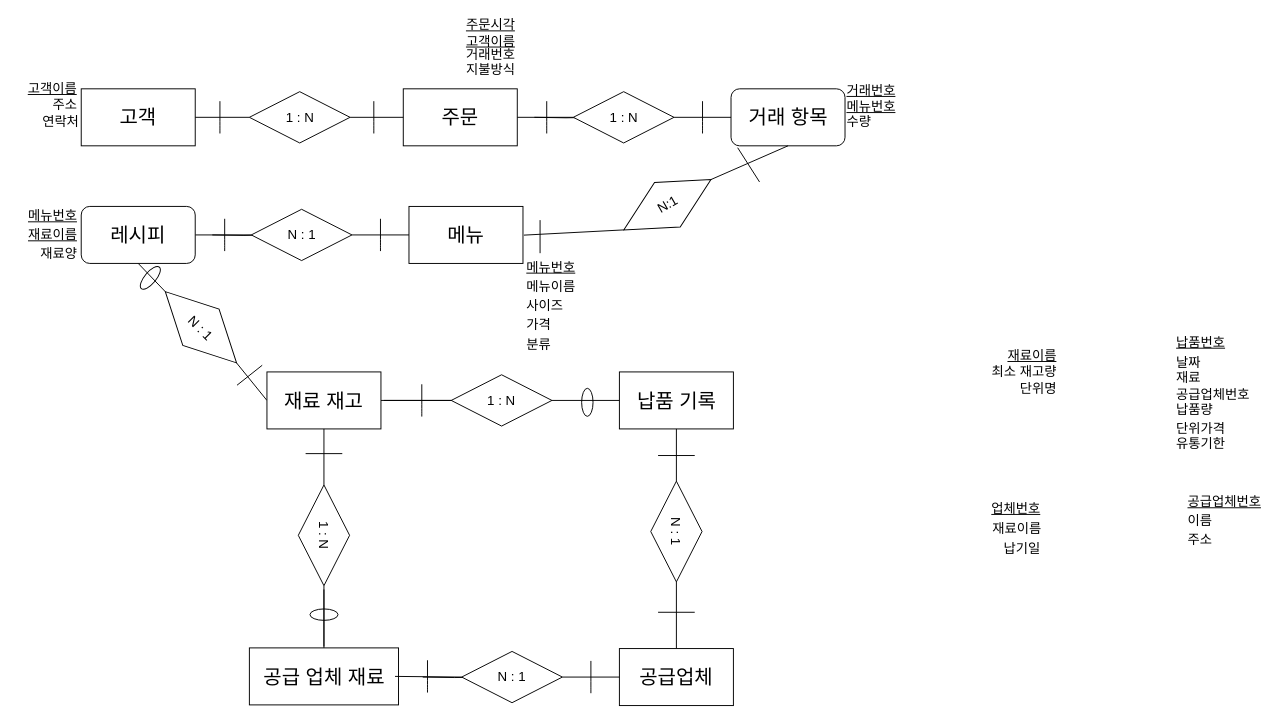
Earlier version of the draw.io diagram 데이터베이스 ER다이어그램.drawio (colaH16/diagrams). Source tidied: cells renumbered, new cells numbered last; positions are measured from the earlier drawing's top-left corner, leaving out a move shared by most shapes. Both pictures are drawn from the tidied source at 95%, with x=0, y=0 at pixel (16, 23).
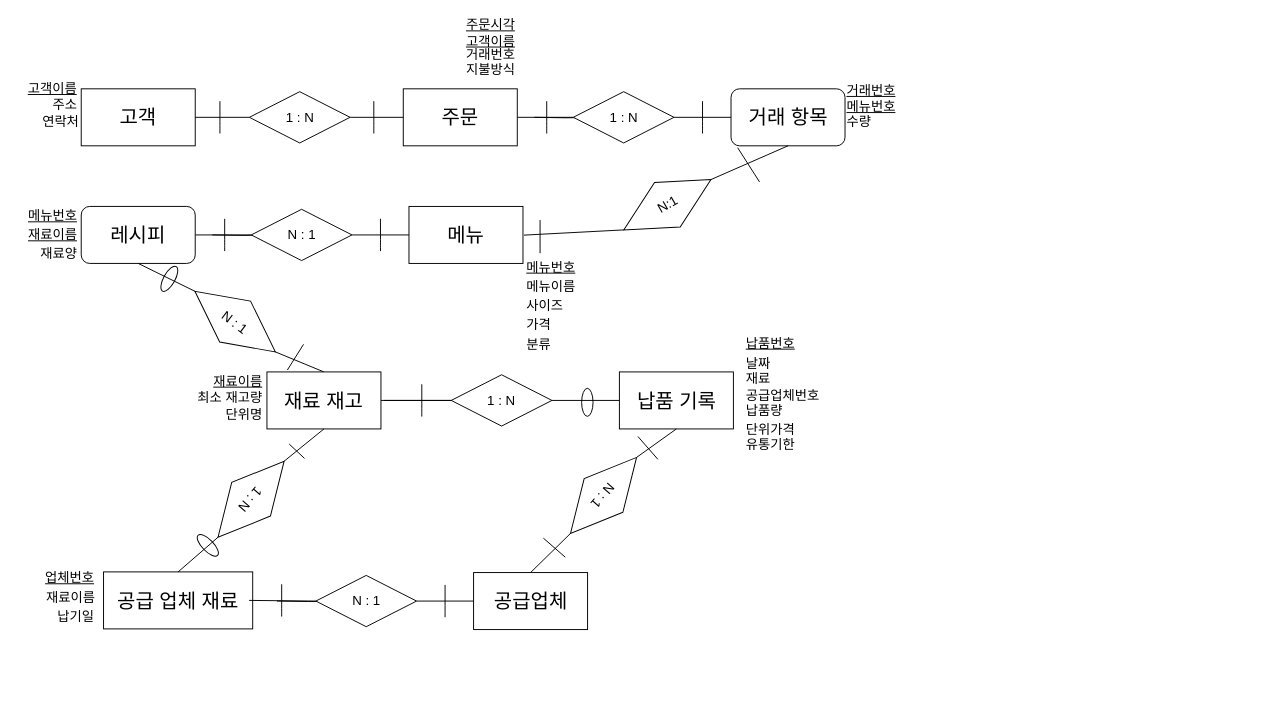
Above is the later version.

Commit message:
완성 데이터베이스 ER다이어그램.drawio

Unchanged cells that the change refers to:
```xml
<mxCell id="61" style="rounded=0;whiteSpace=wrap;html=1;" parent="1" vertex="1">
  <mxGeometry x="263.5" y="367" width="120" height="60" as="geometry" />
</mxCell>
```

Change to the diagram source:
```diff
@@
-    <mxCell id="54" style="rhombus;whiteSpace=wrap;html=1;align=right;rotation=45;" parent="1" vertex="1">
-      <mxGeometry x="141" y="293" width="106" height="54" as="geometry" />
+    <mxCell id="54" style="rhombus;whiteSpace=wrap;html=1;align=right;rotation=37;" parent="1" vertex="1">
+      <mxGeometry x="177" y="287" width="106" height="54" as="geometry" />
     </mxCell>
-    <mxCell id="55" value="&lt;span style=&quot;font-size: 14px&quot;&gt;N : 1&lt;/span&gt;" style="text;html=1;strokeColor=none;fillColor=none;align=center;verticalAlign=middle;whiteSpace=wrap;rounded=0;rotation=45;" parent="1" vertex="1">
-      <mxGeometry x="164.6" y="304.9" width="58.4" height="32.1" as="geometry" />
+    <mxCell id="55" value="&lt;span style=&quot;font-size: 14px&quot;&gt;N : 1&lt;/span&gt;" style="text;html=1;strokeColor=none;fillColor=none;align=center;verticalAlign=middle;whiteSpace=wrap;rounded=0;rotation=37;" parent="1" vertex="1">
+      <mxGeometry x="200.6" y="298.9" width="58.4" height="32.1" as="geometry" />
     </mxCell>
@@
-    <mxCell id="57" style="endArrow=none;html=1;entryX=1;entryY=0.5;entryDx=0;entryDy=0;exitX=0;exitY=0.5;exitDx=0;exitDy=0;" parent="1" edge="1" source="61" target="54">
+    <mxCell id="57" style="endArrow=none;html=1;entryX=1;entryY=0.5;entryDx=0;entryDy=0;exitX=0.5;exitY=0;exitDx=0;exitDy=0;" parent="1" edge="1" source="61" target="54">
       <mxGeometry relative="1" as="geometry" />
     </mxCell>
     <mxCell id="58" style="endArrow=none;html=1;" parent="1" edge="1">
       <mxGeometry relative="1" as="geometry">
-        <mxPoint x="232" y="381" as="sourcePoint" />
-        <mxPoint x="258.5" y="360" as="targetPoint" />
+        <mxPoint x="285" y="365" as="sourcePoint" />
+        <mxPoint x="302" y="338" as="targetPoint" />
       </mxGeometry>
     </mxCell>
-    <mxCell id="59" style="shape=mxgraph.bpmn.shape;html=1;verticalLabelPosition=bottom;labelBackgroundColor=#ffffff;verticalAlign=top;align=center;perimeter=ellipsePerimeter;outline=standard;symbol=general;fillColor=none;rotation=310;direction=west;" parent="1" vertex="1">
-      <mxGeometry x="126" y="262" width="29.5" height="12" as="geometry" />
+    <mxCell id="59" style="shape=mxgraph.bpmn.shape;html=1;verticalLabelPosition=bottom;labelBackgroundColor=#ffffff;verticalAlign=top;align=center;perimeter=ellipsePerimeter;outline=standard;symbol=general;fillColor=none;rotation=299;direction=west;" parent="1" vertex="1">
+      <mxGeometry x="146" y="263" width="29.5" height="12" as="geometry" />
     </mxCell>
@@
     <mxCell id="63" value="재료이름" style="text;html=1;strokeColor=none;fillColor=none;align=right;verticalAlign=middle;whiteSpace=wrap;rounded=0;fontStyle=4;fontSize=14;" parent="1" vertex="1">
-      <mxGeometry x="1031" y="340" width="66" height="20" as="geometry" />
+      <mxGeometry x="195" y="367" width="66" height="20" as="geometry" />
     </mxCell>
     <mxCell id="64" value="최소 재고량" style="text;html=1;strokeColor=none;fillColor=none;align=right;verticalAlign=middle;whiteSpace=wrap;rounded=0;fontSize=14;" parent="1" vertex="1">
-      <mxGeometry x="1006" y="356" width="91" height="21" as="geometry" />
+      <mxGeometry x="170" y="383" width="91" height="21" as="geometry" />
     </mxCell>
     <mxCell id="65" value="단위명" style="text;html=1;strokeColor=none;fillColor=none;align=right;verticalAlign=middle;whiteSpace=wrap;rounded=0;fontSize=14;" parent="1" vertex="1">
-      <mxGeometry x="1038" y="375" width="59" height="20" as="geometry" />
+      <mxGeometry x="202" y="402" width="59" height="20" as="geometry" />
     </mxCell>
-    <mxCell id="66" style="rhombus;whiteSpace=wrap;html=1;align=right;rotation=90;" parent="1" vertex="1">
-      <mxGeometry x="270.5" y="512" width="106" height="54" as="geometry" />
+    <mxCell id="66" style="rhombus;whiteSpace=wrap;html=1;align=right;rotation=131;" parent="1" vertex="1">
+      <mxGeometry x="193.8" y="474" width="106" height="54" as="geometry" />
     </mxCell>
-    <mxCell id="67" value="&lt;span style=&quot;font-size: 14px&quot;&gt;1 : N&lt;/span&gt;" style="text;html=1;strokeColor=none;fillColor=none;align=center;verticalAlign=middle;whiteSpace=wrap;rounded=0;rotation=90;" parent="1" vertex="1">
-      <mxGeometry x="295.2" y="522.8" width="56.5" height="32.5" as="geometry" />
+    <mxCell id="67" value="&lt;span style=&quot;font-size: 14px&quot;&gt;1 : N&lt;/span&gt;" style="text;html=1;strokeColor=none;fillColor=none;align=center;verticalAlign=middle;whiteSpace=wrap;rounded=0;rotation=131;" parent="1" vertex="1">
+      <mxGeometry x="218.5" y="484.8" width="56.5" height="32.5" as="geometry" />
     </mxCell>
@@
-    <mxCell id="69" style="endArrow=none;html=1;entryX=1;entryY=0.5;entryDx=0;entryDy=0;" parent="1" edge="1" target="66">
-      <mxGeometry relative="1" as="geometry">
-        <mxPoint x="323.5" y="656" as="sourcePoint" />
-      </mxGeometry>
-    </mxCell>
     <mxCell id="70" style="endArrow=none;html=1;" parent="1" edge="1">
       <mxGeometry relative="1" as="geometry">
-        <mxPoint x="304.2" y="453" as="sourcePoint" />
-        <mxPoint x="342.8" y="453" as="targetPoint" />
+        <mxPoint x="287" y="443" as="sourcePoint" />
+        <mxPoint x="303" y="458" as="targetPoint" />
       </mxGeometry>
     </mxCell>
     <mxCell id="71" style="rounded=0;whiteSpace=wrap;html=1;" parent="1" vertex="1">
-      <mxGeometry x="245" y="657.5" width="157" height="60" as="geometry" />
+      <mxGeometry x="91.5" y="577.5" width="157" height="60" as="geometry" />
     </mxCell>
     <mxCell id="72" value="&lt;span style=&quot;font-size: 21px&quot;&gt;공급 업체 재료&lt;/span&gt;" style="text;html=1;strokeColor=none;fillColor=none;align=center;verticalAlign=middle;whiteSpace=wrap;rounded=0;" parent="1" vertex="1">
-      <mxGeometry x="248.8" y="667.5" width="149.5" height="40" as="geometry" />
+      <mxGeometry x="95.2" y="587.5" width="149.5" height="40" as="geometry" />
     </mxCell>
     <mxCell id="73" value="업체번호" style="text;html=1;strokeColor=none;fillColor=none;align=right;verticalAlign=middle;whiteSpace=wrap;rounded=0;fontStyle=4;fontSize=14;" parent="1" vertex="1">
-      <mxGeometry x="1014" y="501" width="66" height="20" as="geometry" />
+      <mxGeometry x="18" y="573.8" width="66" height="20" as="geometry" />
     </mxCell>
     <mxCell id="74" value="재료이름" style="text;html=1;strokeColor=none;fillColor=none;align=right;verticalAlign=middle;whiteSpace=wrap;rounded=0;fontSize=14;" parent="1" vertex="1">
-      <mxGeometry x="1014" y="521" width="67" height="21.5" as="geometry" />
+      <mxGeometry x="18" y="593.8" width="67" height="21.5" as="geometry" />
     </mxCell>
     <mxCell id="75" value="납기일" style="text;html=1;strokeColor=none;fillColor=none;align=right;verticalAlign=middle;whiteSpace=wrap;rounded=0;fontSize=14;" parent="1" vertex="1">
-      <mxGeometry x="1021" y="542.5" width="59" height="20" as="geometry" />
+      <mxGeometry x="25" y="615.2" width="59" height="20" as="geometry" />
     </mxCell>
-    <mxCell id="76" style="endArrow=none;html=1;entryX=0.5;entryY=1;entryDx=0;entryDy=0;exitX=0.5;exitY=0;exitDx=0;exitDy=0;" parent="1" edge="1" source="71">
-      <mxGeometry relative="1" as="geometry">
-        <mxPoint x="323.5" y="596" as="targetPoint" />
-      </mxGeometry>
+    <mxCell id="76" style="endArrow=none;html=1;entryX=1;entryY=0.5;entryDx=0;entryDy=0;exitX=0.5;exitY=0;exitDx=0;exitDy=0;" parent="1" edge="1" source="71" target="66">
+      <mxGeometry relative="1" as="geometry" />
     </mxCell>
-    <mxCell id="77" style="shape=mxgraph.bpmn.shape;html=1;verticalLabelPosition=bottom;labelBackgroundColor=#ffffff;verticalAlign=top;align=center;perimeter=ellipsePerimeter;outline=standard;symbol=general;fillColor=none;" parent="1" vertex="1">
-      <mxGeometry x="308.8" y="616.5" width="29.5" height="12" as="geometry" />
+    <mxCell id="77" style="shape=mxgraph.bpmn.shape;html=1;verticalLabelPosition=bottom;labelBackgroundColor=#ffffff;verticalAlign=top;align=center;perimeter=ellipsePerimeter;outline=standard;symbol=general;fillColor=none;rotation=46;" parent="1" vertex="1">
+      <mxGeometry x="186.5" y="543.5" width="29.5" height="12" as="geometry" />
     </mxCell>
@@
     <mxCell id="83" value="납품번호&lt;br style=&quot;font-size: 14px;&quot;&gt;" style="text;html=1;strokeColor=none;fillColor=none;align=left;verticalAlign=middle;whiteSpace=wrap;rounded=0;fontStyle=4;fontSize=14;" parent="1" vertex="1">
-      <mxGeometry x="1219" y="323" width="66" height="25" as="geometry" />
+      <mxGeometry x="765.5" y="324" width="66" height="25" as="geometry" />
     </mxCell>
     <mxCell id="84" value="날짜" style="text;html=1;strokeColor=none;fillColor=none;align=left;verticalAlign=middle;whiteSpace=wrap;rounded=0;fontSize=14;" parent="1" vertex="1">
-      <mxGeometry x="1219" y="347" width="59" height="20" as="geometry" />
+      <mxGeometry x="765.5" y="348" width="59" height="20" as="geometry" />
     </mxCell>
     <mxCell id="85" value="재료" style="text;html=1;strokeColor=none;fillColor=none;align=left;verticalAlign=middle;whiteSpace=wrap;rounded=0;fontSize=14;" parent="1" vertex="1">
-      <mxGeometry x="1219" y="363" width="59" height="20" as="geometry" />
+      <mxGeometry x="765.5" y="364" width="59" height="20" as="geometry" />
     </mxCell>
@@
     <mxCell id="89" value="공급업체번호" style="text;html=1;strokeColor=none;fillColor=none;align=left;verticalAlign=middle;whiteSpace=wrap;rounded=0;fontSize=14;" parent="1" vertex="1">
-      <mxGeometry x="1219" y="381" width="87" height="20" as="geometry" />
+      <mxGeometry x="765.5" y="382" width="87" height="20" as="geometry" />
     </mxCell>
     <mxCell id="90" value="납품량" style="text;html=1;strokeColor=none;fillColor=none;align=left;verticalAlign=middle;whiteSpace=wrap;rounded=0;fontSize=14;" parent="1" vertex="1">
-      <mxGeometry x="1219" y="397" width="59" height="20" as="geometry" />
+      <mxGeometry x="765.5" y="398" width="59" height="20" as="geometry" />
     </mxCell>
     <mxCell id="91" value="단위가격" style="text;html=1;strokeColor=none;fillColor=none;align=left;verticalAlign=middle;whiteSpace=wrap;rounded=0;fontSize=14;" parent="1" vertex="1">
-      <mxGeometry x="1219" y="417" width="59" height="20" as="geometry" />
+      <mxGeometry x="765.5" y="418" width="59" height="20" as="geometry" />
     </mxCell>
     <mxCell id="92" value="유통기한" style="text;html=1;strokeColor=none;fillColor=none;align=left;verticalAlign=middle;whiteSpace=wrap;rounded=0;fontSize=14;" parent="1" vertex="1">
-      <mxGeometry x="1219" y="433" width="59" height="20" as="geometry" />
+      <mxGeometry x="765.5" y="434" width="59" height="20" as="geometry" />
     </mxCell>
-    <mxCell id="93" style="rhombus;whiteSpace=wrap;html=1;align=right;rotation=90;" parent="1" vertex="1">
-      <mxGeometry x="641.5" y="508" width="106" height="54" as="geometry" />
+    <mxCell id="93" style="rhombus;whiteSpace=wrap;html=1;align=right;rotation=131;" parent="1" vertex="1">
+      <mxGeometry x="564.8" y="470" width="106" height="54" as="geometry" />
     </mxCell>
-    <mxCell id="94" value="&lt;span style=&quot;font-size: 14px&quot;&gt;N : 1&lt;/span&gt;" style="text;html=1;strokeColor=none;fillColor=none;align=center;verticalAlign=middle;whiteSpace=wrap;rounded=0;rotation=90;" parent="1" vertex="1">
-      <mxGeometry x="666.2" y="518.8" width="56.5" height="32.5" as="geometry" />
+    <mxCell id="94" value="&lt;span style=&quot;font-size: 14px&quot;&gt;N : 1&lt;/span&gt;" style="text;html=1;strokeColor=none;fillColor=none;align=center;verticalAlign=middle;whiteSpace=wrap;rounded=0;rotation=131;" parent="1" vertex="1">
+      <mxGeometry x="589.5" y="480.8" width="56.5" height="32.5" as="geometry" />
     </mxCell>
@@
     <mxCell id="96" style="endArrow=none;html=1;" parent="1" edge="1">
       <mxGeometry relative="1" as="geometry">
-        <mxPoint x="675.2" y="455" as="sourcePoint" />
-        <mxPoint x="713.8" y="455" as="targetPoint" />
+        <mxPoint x="654" y="435" as="sourcePoint" />
+        <mxPoint x="675" y="459" as="targetPoint" />
       </mxGeometry>
     </mxCell>
-    <mxCell id="97" style="endArrow=none;html=1;entryX=1;entryY=0.5;entryDx=0;entryDy=0;exitX=0.5;exitY=0;exitDx=0;exitDy=0;" parent="1" edge="1" source="99" target="93">
+    <mxCell id="97" style="endArrow=none;html=1;exitX=0.5;exitY=0;exitDx=0;exitDy=0;entryX=1;entryY=0.5;entryDx=0;entryDy=0;" parent="1" edge="1" source="99" target="93">
       <mxGeometry relative="1" as="geometry" />
     </mxCell>
     <mxCell id="98" style="endArrow=none;html=1;" parent="1" edge="1">
       <mxGeometry relative="1" as="geometry">
-        <mxPoint x="675.2" y="620" as="sourcePoint" />
-        <mxPoint x="713.8" y="620" as="targetPoint" />
+        <mxPoint x="554.5" y="542" as="sourcePoint" />
+        <mxPoint x="577.5" y="562" as="targetPoint" />
       </mxGeometry>
     </mxCell>
     <mxCell id="99" style="rounded=0;whiteSpace=wrap;html=1;" parent="1" vertex="1">
-      <mxGeometry x="634.5" y="658.2" width="120" height="60" as="geometry" />
+      <mxGeometry x="481" y="578.2" width="120" height="60" as="geometry" />
     </mxCell>
     <mxCell id="100" value="&lt;font style=&quot;font-size: 21px&quot;&gt;공급업체&lt;/font&gt;" style="text;html=1;strokeColor=none;fillColor=none;align=center;verticalAlign=middle;whiteSpace=wrap;rounded=0;" parent="1" vertex="1">
-      <mxGeometry x="651" y="668.2" width="87" height="40" as="geometry" />
+      <mxGeometry x="497.5" y="588.2" width="87" height="40" as="geometry" />
     </mxCell>
-    <mxCell id="101" value="공급업체번호" style="text;html=1;strokeColor=none;fillColor=none;align=left;verticalAlign=middle;whiteSpace=wrap;rounded=0;fontStyle=4;fontSize=14;" parent="1" vertex="1">
-      <mxGeometry x="1231" y="494" width="91" height="20" as="geometry" />
-    </mxCell>
-    <mxCell id="102" value="이름" style="text;html=1;strokeColor=none;fillColor=none;align=left;verticalAlign=middle;whiteSpace=wrap;rounded=0;fontSize=14;" parent="1" vertex="1">
-      <mxGeometry x="1231" y="514" width="59" height="20" as="geometry" />
-    </mxCell>
-    <mxCell id="103" value="주소" style="text;html=1;strokeColor=none;fillColor=none;align=left;verticalAlign=middle;whiteSpace=wrap;rounded=0;fontSize=14;" parent="1" vertex="1">
-      <mxGeometry x="1231" y="534" width="59" height="20" as="geometry" />
-    </mxCell>
     <mxCell id="104" style="edgeStyle=orthogonalEdgeStyle;rounded=0;jettySize=auto;html=1;" parent="1" edge="1" target="106">
       <mxGeometry relative="1" as="geometry">
-        <mxPoint x="427.5" y="688.2" as="sourcePoint" />
+        <mxPoint x="274" y="608.2" as="sourcePoint" />
       </mxGeometry>
     </mxCell>
     <mxCell id="105" style="rhombus;whiteSpace=wrap;html=1;align=right;" parent="1" vertex="1">
-      <mxGeometry x="468.5" y="661.2" width="106" height="54" as="geometry" />
+      <mxGeometry x="315" y="581.2" width="106" height="54" as="geometry" />
     </mxCell>
     <mxCell id="106" value="&lt;span style=&quot;font-size: 14px&quot;&gt;N : 1&lt;/span&gt;" style="text;html=1;strokeColor=none;fillColor=none;align=center;verticalAlign=middle;whiteSpace=wrap;rounded=0;" parent="1" vertex="1">
-      <mxGeometry x="493" y="673.8" width="57" height="29" as="geometry" />
+      <mxGeometry x="339.5" y="593.8" width="57" height="29" as="geometry" />
     </mxCell>
     <mxCell id="107" style="endArrow=none;html=1;" parent="1" edge="1">
       <mxGeometry relative="1" as="geometry">
-        <mxPoint x="604.5" y="705.2" as="sourcePoint" />
-        <mxPoint x="604.5" y="671.2" as="targetPoint" />
+        <mxPoint x="451" y="625.2" as="sourcePoint" />
+        <mxPoint x="451" y="591.2" as="targetPoint" />
         <Array as="points">
-          <mxPoint x="604.5" y="698.2" />
+          <mxPoint x="451" y="618.2" />
         </Array>
       </mxGeometry>
     </mxCell>
     <mxCell id="108" style="endArrow=none;html=1;entryX=0;entryY=0.5;entryDx=0;entryDy=0;" parent="1" edge="1">
       <mxGeometry relative="1" as="geometry">
-        <mxPoint x="574.5" y="688.2" as="sourcePoint" />
-        <mxPoint x="634.5" y="688.2" as="targetPoint" />
+        <mxPoint x="421" y="608.2" as="sourcePoint" />
+        <mxPoint x="481" y="608.2" as="targetPoint" />
       </mxGeometry>
     </mxCell>
     <mxCell id="109" style="endArrow=none;html=1;entryX=0;entryY=0.5;entryDx=0;entryDy=0;exitX=1;exitY=0.5;exitDx=0;exitDy=0;" parent="1" edge="1" source="72">
       <mxGeometry relative="1" as="geometry">
-        <mxPoint x="468.5" y="688.2" as="targetPoint" />
+        <mxPoint x="315" y="608.2" as="targetPoint" />
       </mxGeometry>
     </mxCell>
     <mxCell id="110" style="endArrow=none;html=1;" parent="1" edge="1">
       <mxGeometry relative="1" as="geometry">
-        <mxPoint x="432.5" y="704.5" as="sourcePoint" />
-        <mxPoint x="432.5" y="670.5" as="targetPoint" />
+        <mxPoint x="279" y="624.5" as="sourcePoint" />
+        <mxPoint x="279" y="590.5" as="targetPoint" />
         <Array as="points">
-          <mxPoint x="432.5" y="697.5" />
+          <mxPoint x="279" y="617.5" />
         </Array>
       </mxGeometry>
     </mxCell>
```
